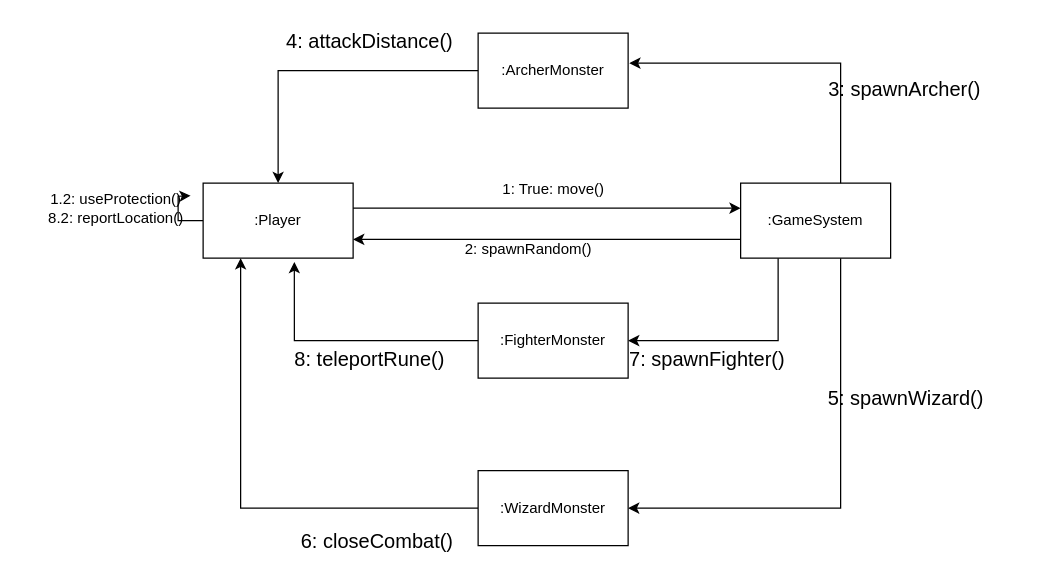
The draw.io diagram Interaction Diagrams/Communication/avoidMonster.drawio in zeynepyorulmaz/Rogue-Like, before the edit. Source tidied: cells renumbered, new cells numbered last; positions are measured from the earlier drawing's top-left corner, leaving out a move shared by most shapes. Both pictures are drawn from the tidied source at 125%, with x=0, y=0 at pixel (34, 21).
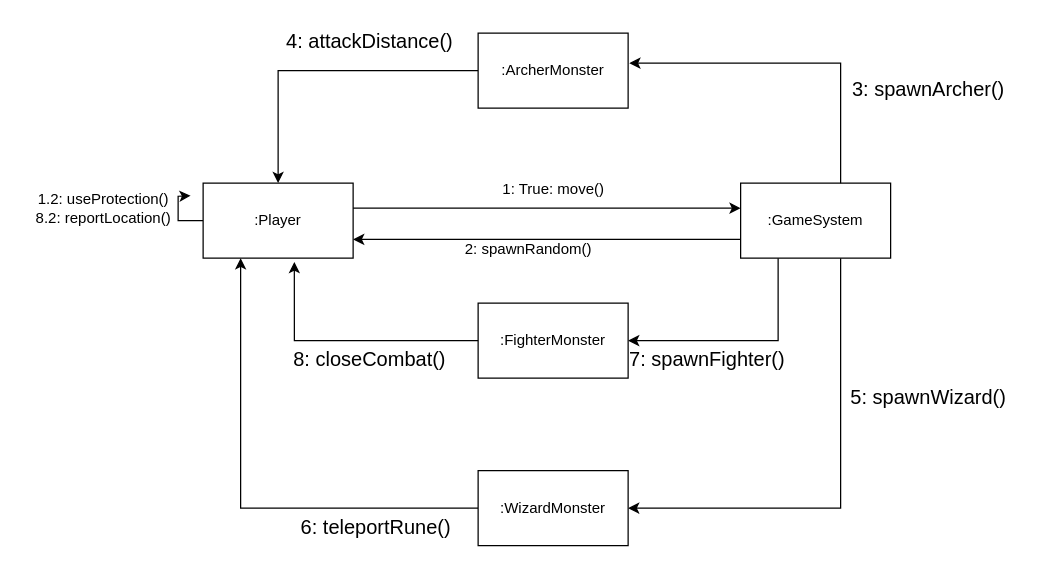
The same page after the edit.

Commit message:
mistakes are corrected

Change to the diagram source:
```diff
@@
     <mxCell id="18" value="3: spawnArcher()" style="text;html=1;align=center;verticalAlign=middle;strokeColor=none;fillColor=none;fontSize=16;" parent="1" vertex="1">
-      <mxGeometry x="621" y="39" width="150" height="30" as="geometry" />
+      <mxGeometry x="640" y="39" width="150" height="30" as="geometry" />
     </mxCell>
     <mxCell id="19" value="5: spawnWizard()" style="text;html=1;align=center;verticalAlign=middle;strokeColor=none;fillColor=none;fontSize=16;" parent="1" vertex="1">
-      <mxGeometry x="621.5" y="286" width="150" height="30" as="geometry" />
+      <mxGeometry x="640" y="285" width="150" height="30" as="geometry" />
     </mxCell>
@@
-    <mxCell id="22" value="6: closeCombat()" style="text;html=1;align=center;verticalAlign=middle;strokeColor=none;fillColor=none;fontSize=16;" parent="1" vertex="1">
-      <mxGeometry x="199" y="400" width="150" height="30" as="geometry" />
+    <mxCell id="22" value="6:&amp;nbsp;teleportRune()" style="text;html=1;align=center;verticalAlign=middle;strokeColor=none;fillColor=none;fontSize=16;" parent="1" vertex="1">
+      <mxGeometry x="203" y="389" width="140" height="30" as="geometry" />
     </mxCell>
-    <mxCell id="23" value="8: teleportRune()" style="text;html=1;align=center;verticalAlign=middle;strokeColor=none;fillColor=none;fontSize=16;" parent="1" vertex="1">
-      <mxGeometry x="198" y="255" width="140" height="30" as="geometry" />
+    <mxCell id="23" value="8: closeCombat()" style="text;html=1;align=center;verticalAlign=middle;strokeColor=none;fillColor=none;fontSize=16;" parent="1" vertex="1">
+      <mxGeometry x="193" y="255" width="150" height="30" as="geometry" />
     </mxCell>
     <mxCell id="24" value="1.2: useProtection()&lt;div&gt;8.2: reportLocation()&lt;/div&gt;" style="text;html=1;align=center;verticalAlign=middle;strokeColor=none;fillColor=none;" parent="1" vertex="1">
-      <mxGeometry y="129" width="130" height="40" as="geometry" />
+      <mxGeometry x="-10" y="129" width="130" height="40" as="geometry" />
     </mxCell>
```
